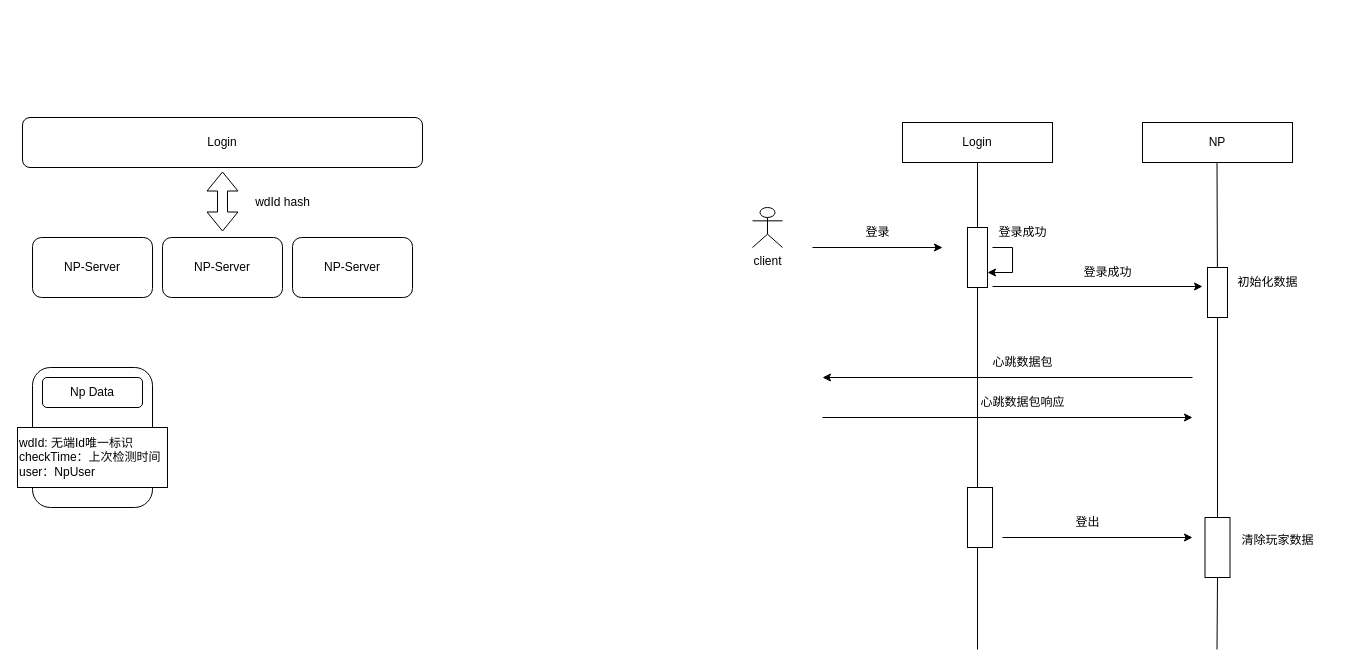
Earlier version of the draw.io diagram SSJJ2/NP接入.drawio (Ordertiny/graph). Source tidied: cells renumbered, new cells numbered last; positions are measured from the earlier drawing's top-left corner, leaving out a move shared by most shapes. Both pictures are drawn from the tidied source at 100%, with x=0, y=0 at pixel (17, 117).
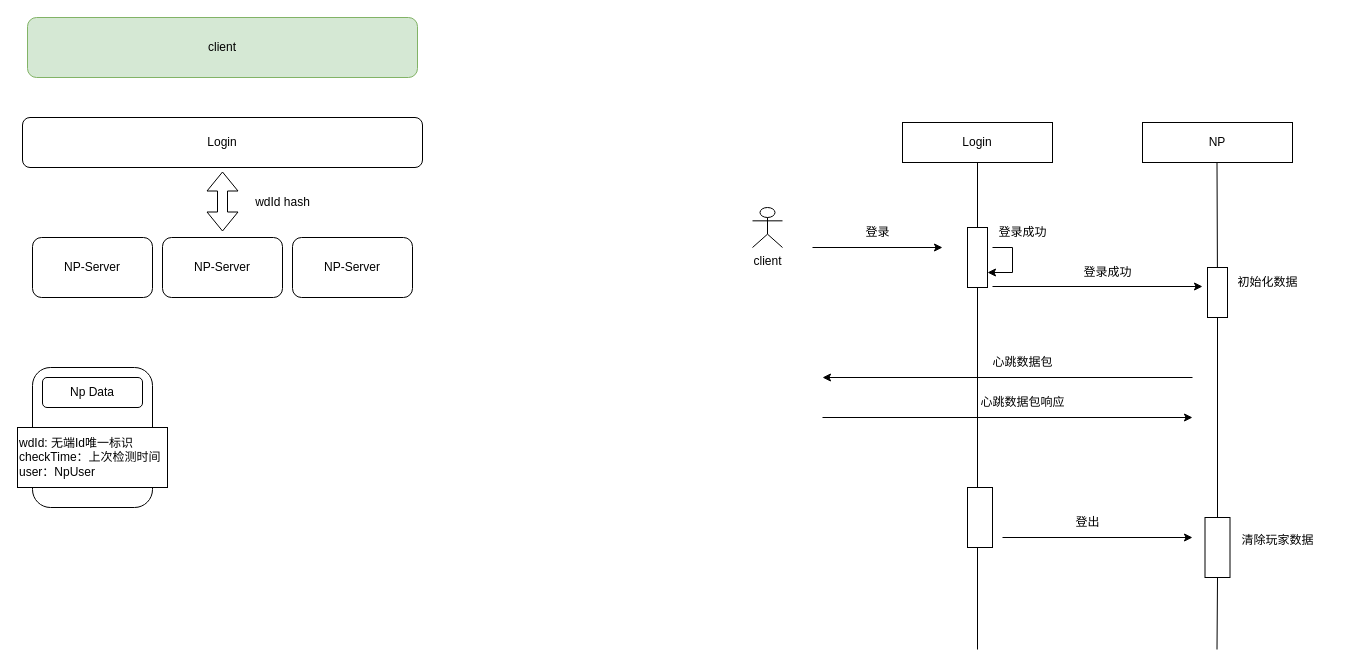
Above is the later version.

Change to the diagram source:
```diff
@@
+    <mxCell id="37" value="client" style="rounded=1;whiteSpace=wrap;html=1;fillColor=#d5e8d4;strokeColor=#82b366;" parent="1" vertex="1">
+      <mxGeometry x="10" y="-100" width="390" height="60" as="geometry" />
+    </mxCell>
```
